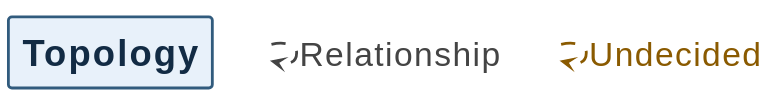
Before: docs/diagrams/structurizr-network-flow-grant-key.svg, a diagram exported from PlantUML (tbhb-dev/afakt). Its source is kept beside it as docs/diagrams/structurizr-network-flow-grant-key.puml.
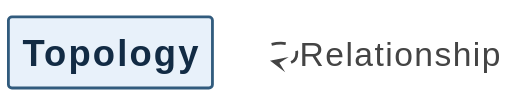
After the commit.

Change to the diagram source:
```diff
@@ -26,15 +26,6 @@
     LineStyle: 10-10;
     LineColor: #444444;
     FontColor: #444444;
-    FontSize: 24;
-    MaximumWidth: 200;
-  }
-  // Relationship,Undecided
-  .Relationship-UmVsYXRpb25zaGlwLFVuZGVjaWRlZA== {
-    LineThickness: 2;
-    LineStyle: 10-10;
-    LineColor: #8a5a00;
-    FontColor: #8a5a00;
     FontSize: 24;
     MaximumWidth: 200;
   }
@@ -128,7 +119,4 @@
 rectangle "." <<.Element-Transparent>> as 1
 1 --> 1 <<Relationship-UmVsYXRpb25zaGlw>> : "Relationship"
 
-rectangle "." <<.Element-Transparent>> as 2
-2 --> 2 <<Relationship-UmVsYXRpb25zaGlwLFVuZGVjaWRlZA==>> : "Undecided"
-
 @enduml
```
